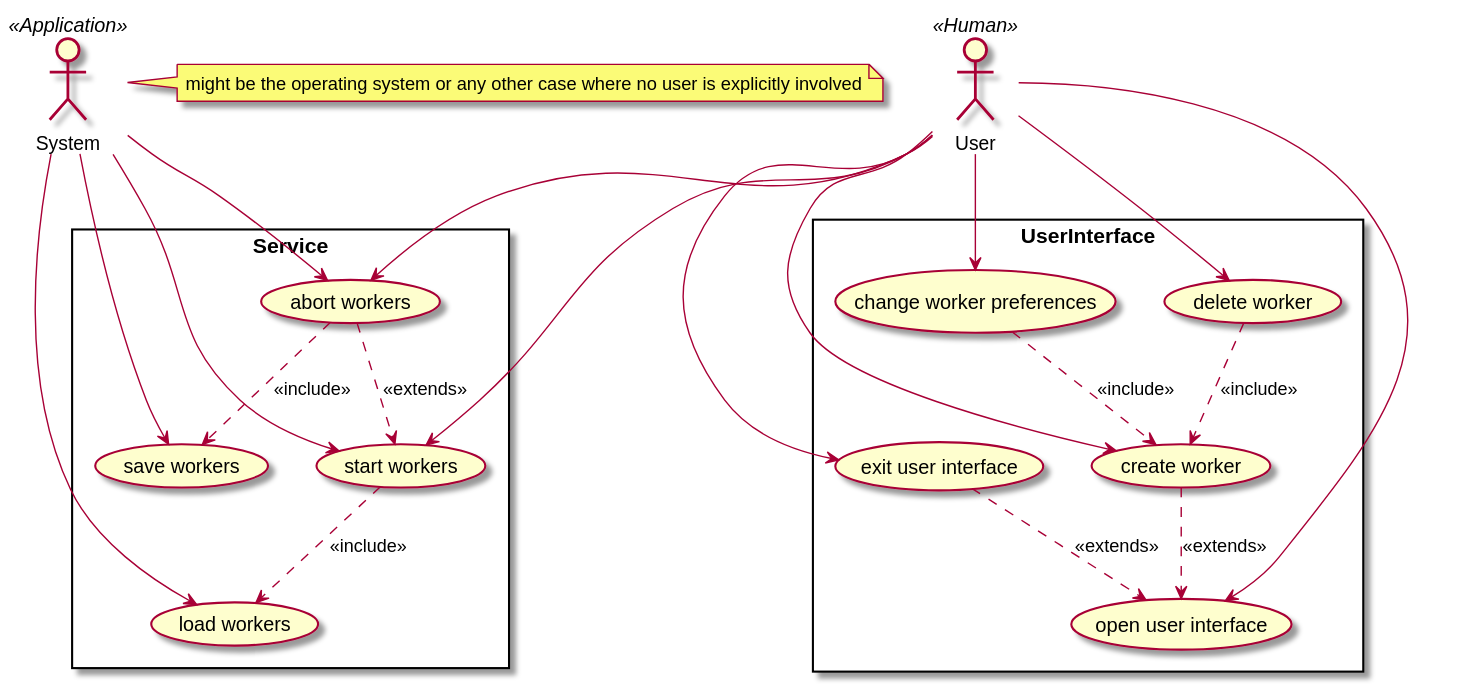
Earlier version of the PlantUML export Diagramme/Anwendungsfall/TinyTasks.svg (Louis9902/Sosse19-SE).
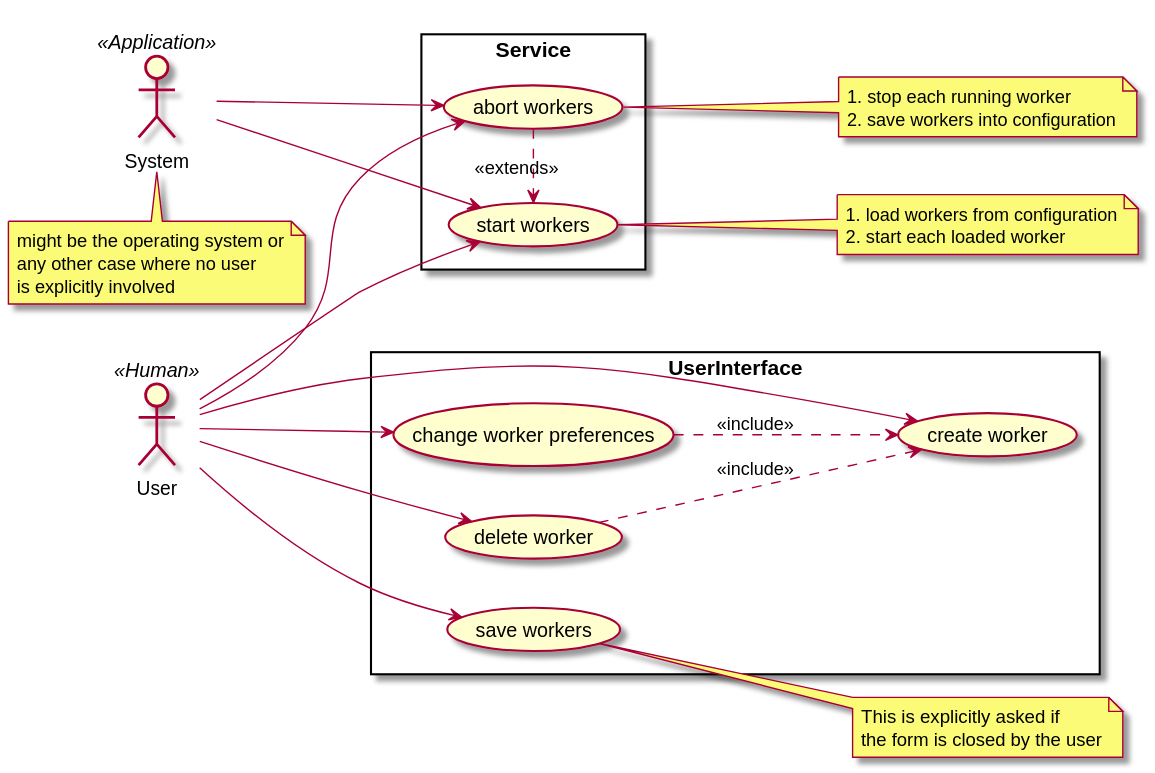
The same file after the commit.

Commit message:
update use case #9, also implemented use case delete

The edit, as a diff of the source:
```diff
@@ -1,18 +1,17 @@
 @startuml TinyTasks
+left to right direction
 
 
 actor user as "User" <<Human>>
 actor system as "System" <<Application>>
 
-note right of system : might be the operating system or any other case where no user is explicitly involved
+note bottom of system
+might be the operating system or
+any other case where no user
+is explicitly involved
+end note
 
 rectangle UserInterface {
-    usecase openUserInterface  as "
-        open user interface
-    "
-    usecase exitUserInterface  as "
-        exit user interface
-    "
     usecase create as "
         create worker
     "
@@ -22,44 +21,49 @@
     usecase change as "
         change worker preferences
     "
+    usecase save as "
+        save workers
+    "
 
-    exitUserInterface ..> openUserInterface : "<<extends>>"
-    create ..> openUserInterface : "<<extends>>"
     delete ..> create : "<<include>>"
     change ..> create : "<<include>>"
 }
 
+note right of save
+    This is explicitly asked if
+    the form is closed by the user
+end note
+
 rectangle Service {
-    usecase load as "
-        load workers
-    "
     usecase start as "
         start workers
-    "
-    usecase save as "
-        save workers
     "
     usecase abort as "
         abort workers
     "
 
-    abort ..> start : "<<extends>>"
-    start ..> load : "<<include>>"
-    abort ..> save : "<<include>>"
+    abort .> start : "<<extends>>"
 }
 
-system --> load
+note right of abort
+    1. stop each running worker
+    2. save workers into configuration
+end note
+
+note right of start
+    1. load workers from configuration
+    2. start each loaded worker
+end note
+
 system --> start
-system --> save
 system --> abort
 
 user --> start
 user --> abort
+user --> save
 
-user --> openUserInterface
-user --> exitUserInterface
-user --> create
-user --> delete
-user --> change
+user -> create
+user -> delete
+user -> change
 
 @enduml
```
